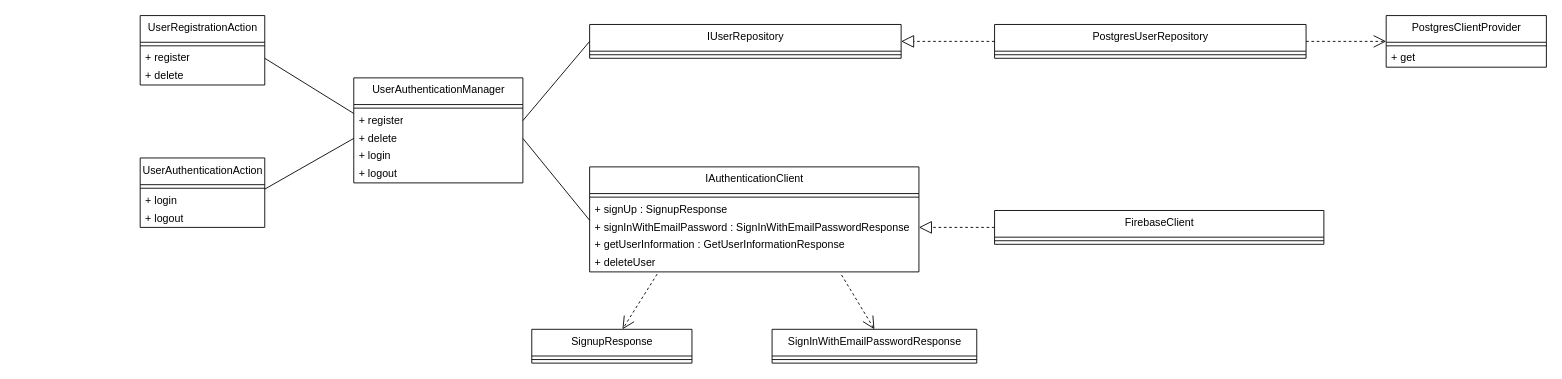
Mouwf/FF14SNS keeps this draw.io diagram as page "AuthenticationModule" (3 of 7) of project-designs/class-diagrams/ff14-sns.drawio. Above is the earlier version. Source tidied: cells renumbered, new cells numbered last; positions are measured from the earlier drawing's top-left corner, leaving out a move shared by most shapes. Both pictures are drawn from the tidied source at 89%, with x=0, y=0 at pixel (140, 15).
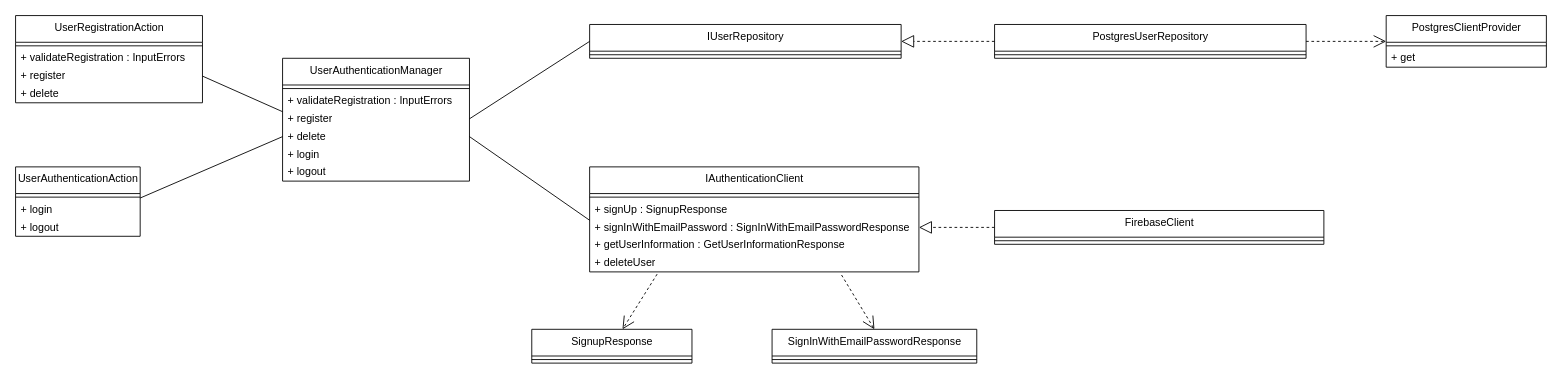
Above is the later version.

What changed in the source:
```diff
@@
     <mxCell id="2" value="UserAuthenticationManager" style="swimlane;fontStyle=0;align=center;verticalAlign=top;horizontal=1;startSize=30;html=1;" parent="1" vertex="1">
-      <mxGeometry x="240" y="70" width="190" height="118" as="geometry" />
+      <mxGeometry x="160" y="48" width="210" height="138" as="geometry" />
     </mxCell>
     <mxCell id="3" style="line;strokeWidth=1;fillColor=none;align=left;verticalAlign=middle;spacingTop=-1;spacingLeft=3;spacingRight=3;labelPosition=right;" parent="2" vertex="1">
-      <mxGeometry y="30" width="190" height="8" as="geometry" />
+      <mxGeometry y="30" width="210" height="8" as="geometry" />
     </mxCell>
+    <mxCell id="44" value="+&amp;nbsp;validateRegistration : InputErrors" style="text;html=1;strokeColor=none;fillColor=none;align=left;verticalAlign=middle;spacingLeft=4;spacingRight=4;overflow=hidden;" parent="2" vertex="1">
+      <mxGeometry y="38" width="210" height="20" as="geometry" />
+    </mxCell>
     <mxCell id="4" value="+ register" style="text;html=1;strokeColor=none;fillColor=none;align=left;verticalAlign=middle;spacingLeft=4;spacingRight=4;overflow=hidden;points=[[0,0.5],[1,0.5]];portConstraint=eastwest;" parent="2" vertex="1">
-      <mxGeometry y="38" width="190" height="20" as="geometry" />
+      <mxGeometry y="58" width="210" height="20" as="geometry" />
     </mxCell>
     <mxCell id="5" value="+ delete" style="text;html=1;strokeColor=none;fillColor=none;align=left;verticalAlign=middle;spacingLeft=4;spacingRight=4;overflow=hidden;points=[[0,0.5],[1,0.5]];portConstraint=eastwest;" parent="2" vertex="1">
-      <mxGeometry y="58" width="190" height="20" as="geometry" />
+      <mxGeometry y="78" width="210" height="20" as="geometry" />
     </mxCell>
     <mxCell id="6" value="+ login" style="text;html=1;strokeColor=none;fillColor=none;align=left;verticalAlign=middle;spacingLeft=4;spacingRight=4;overflow=hidden;" parent="2" vertex="1">
-      <mxGeometry y="78" width="190" height="20" as="geometry" />
+      <mxGeometry y="98" width="210" height="20" as="geometry" />
     </mxCell>
     <mxCell id="7" value="+ logout" style="text;html=1;strokeColor=none;fillColor=none;align=left;verticalAlign=middle;spacingLeft=4;spacingRight=4;overflow=hidden;" parent="2" vertex="1">
-      <mxGeometry y="98" width="190" height="20" as="geometry" />
+      <mxGeometry y="118" width="210" height="20" as="geometry" />
     </mxCell>
     <mxCell id="8" value="UserRegistrationAction" style="swimlane;fontStyle=0;align=center;verticalAlign=top;horizontal=1;startSize=30;html=1;" parent="1" vertex="1">
-      <mxGeometry width="140" height="78" as="geometry" />
+      <mxGeometry x="-140" width="210" height="98" as="geometry" />
     </mxCell>
     <mxCell id="9" style="line;strokeWidth=1;fillColor=none;align=left;verticalAlign=middle;spacingTop=-1;spacingLeft=3;spacingRight=3;labelPosition=right;" parent="8" vertex="1">
-      <mxGeometry y="30" width="140" height="8" as="geometry" />
+      <mxGeometry y="30" width="210" height="8" as="geometry" />
     </mxCell>
+    <mxCell id="45" value="+&amp;nbsp;validateRegistration : InputErrors" style="text;html=1;strokeColor=none;fillColor=none;align=left;verticalAlign=middle;spacingLeft=4;spacingRight=4;overflow=hidden;" parent="8" vertex="1">
+      <mxGeometry y="38" width="210" height="20" as="geometry" />
+    </mxCell>
     <mxCell id="10" value="+ register" style="text;html=1;strokeColor=none;fillColor=none;align=left;verticalAlign=middle;spacingLeft=4;spacingRight=4;overflow=hidden;points=[[0,0.5],[1,0.5]];portConstraint=eastwest;" parent="8" vertex="1">
-      <mxGeometry y="38" width="140" height="20" as="geometry" />
+      <mxGeometry y="58" width="210" height="20" as="geometry" />
     </mxCell>
     <mxCell id="11" value="+ delete" style="text;html=1;strokeColor=none;fillColor=none;align=left;verticalAlign=middle;spacingLeft=4;spacingRight=4;overflow=hidden;" parent="8" vertex="1">
-      <mxGeometry y="58" width="140" height="20" as="geometry" />
+      <mxGeometry y="78" width="210" height="20" as="geometry" />
     </mxCell>
@@
     <mxCell id="13" value="UserAuthenticationAction" style="swimlane;fontStyle=0;align=center;verticalAlign=top;horizontal=1;startSize=30;html=1;" parent="1" vertex="1">
-      <mxGeometry y="160" width="140" height="78" as="geometry" />
+      <mxGeometry x="-140" y="170" width="140" height="78" as="geometry" />
     </mxCell>
```
